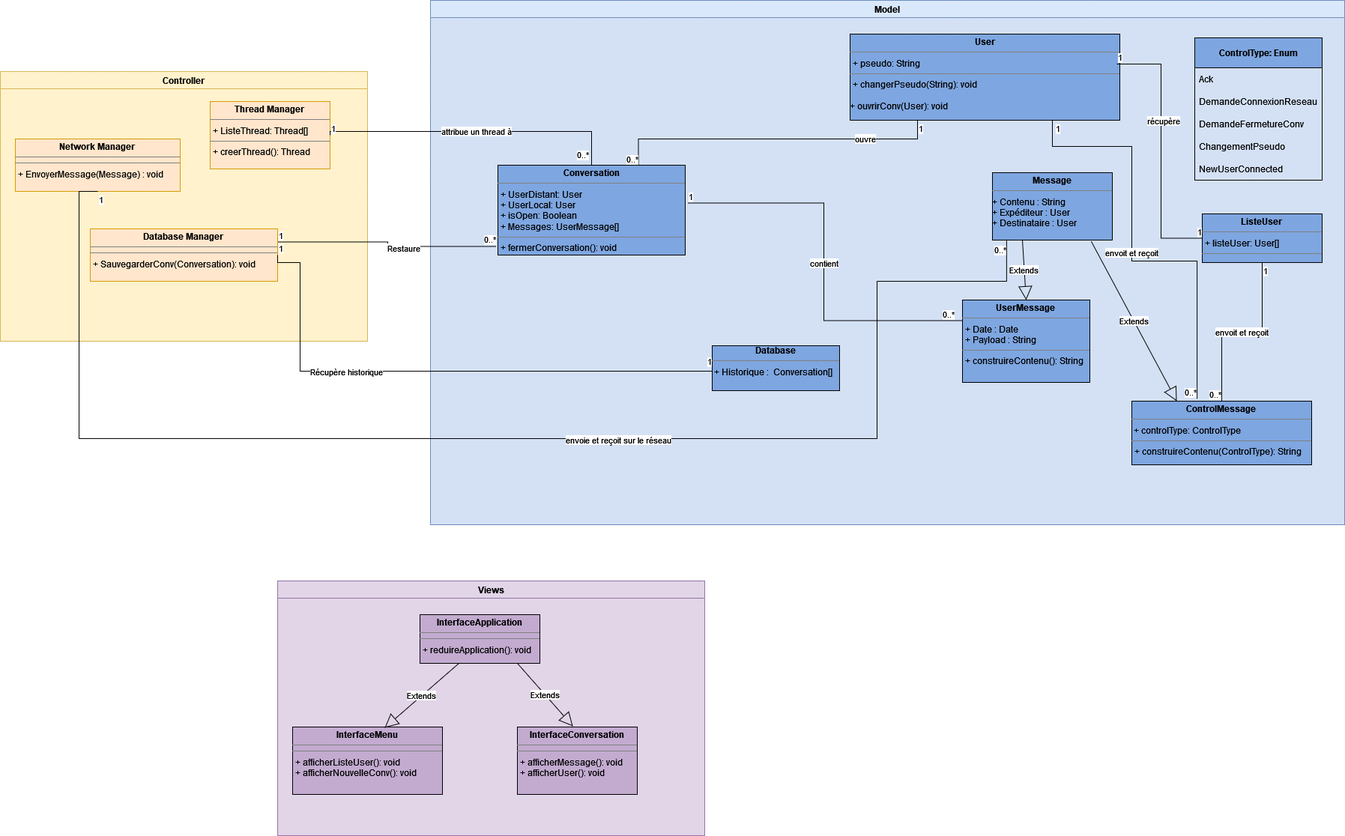
Before: Projet/UML/Images/diagramme_de_classe.drawio.png, a diagram exported from draw.io (Newglear/UF_projet_java). Source tidied: cells renumbered, new cells last; positions are measured from the earlier drawing's top-left corner, leaving out a move shared by most shapes.
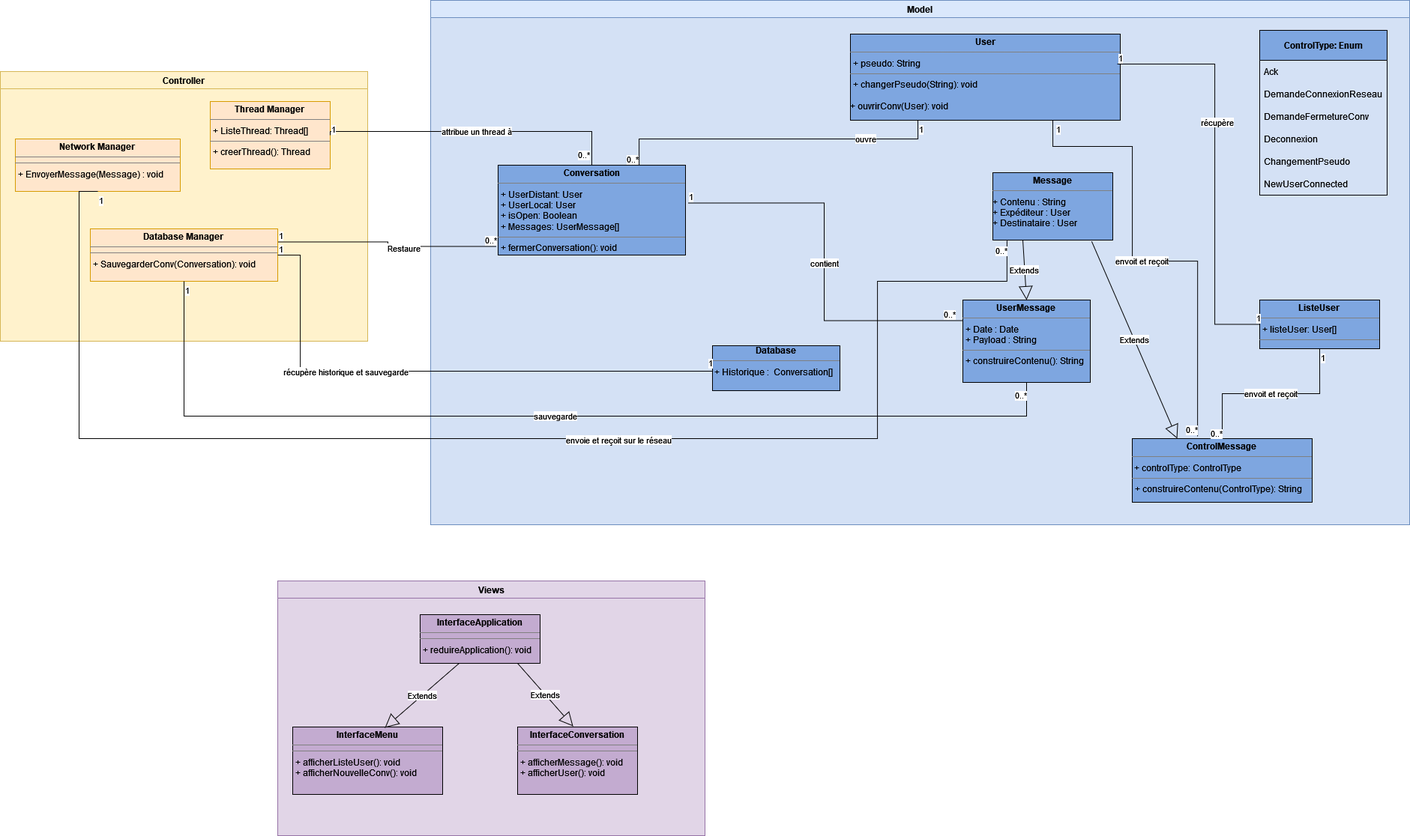
Later version of the same file.

What changed in the source:
```diff
@@ -34,8 +34,8 @@
     <mxCell id="11" value="Extends" style="endArrow=block;endSize=16;endFill=0;html=1;rounded=0;entryX=0.615;entryY=0.011;entryDx=0;entryDy=0;entryPerimeter=0;exitX=0.325;exitY=1;exitDx=0;exitDy=0;exitPerimeter=0;" parent="6" edge="1" source="8" target="7">
       <mxGeometry relative="1" as="geometry" />
     </mxCell>
-    <mxCell id="12" value="&lt;div&gt;Model&lt;/div&gt;" style="swimlane;whiteSpace=wrap;html=1;fillColor=#dae8fc;strokeColor=#6c8ebf;swimlaneFillColor=#D4E1F5;" parent="1" vertex="1">
-      <mxGeometry x="574" width="1220" height="700" as="geometry" />
+    <mxCell id="12" value="Model" style="swimlane;whiteSpace=wrap;html=1;fillColor=#dae8fc;strokeColor=#6c8ebf;swimlaneFillColor=#D4E1F5;" parent="1" vertex="1">
+      <mxGeometry x="574" width="1306" height="700" as="geometry" />
     </mxCell>
     <mxCell id="13" value="&lt;p style=&quot;margin:0px;margin-top:4px;text-align:center;&quot;&gt;&lt;b&gt;Message&lt;/b&gt;&lt;br&gt;&lt;/p&gt;&lt;hr size=&quot;1&quot;&gt;&lt;div&gt;+ Contenu : String &lt;br&gt;&lt;/div&gt;&lt;div&gt;+ Expéditeur : User&lt;/div&gt;&lt;div&gt;+ Destinataire : User&lt;br&gt;&lt;/div&gt;" style="verticalAlign=top;align=left;overflow=fill;fontSize=12;fontFamily=Helvetica;html=1;fillColor=#7EA6E0;" parent="12" vertex="1">
       <mxGeometry x="750" y="230" width="160" height="90" as="geometry" />
@@ -86,10 +86,10 @@
       <mxGeometry relative="1" as="geometry" />
     </mxCell>
     <mxCell id="25" value="&lt;p style=&quot;margin:0px;margin-top:4px;text-align:center;&quot;&gt;&lt;b&gt;ControlMessage&lt;/b&gt;&lt;br&gt;&lt;/p&gt;&lt;hr size=&quot;1&quot;&gt;&amp;nbsp;+ controlType: ControlType&lt;br&gt;&lt;hr size=&quot;1&quot;&gt;&lt;p style=&quot;margin:0px;margin-left:4px;&quot;&gt;+ construireContenu(ControlType): String&lt;br&gt;&lt;/p&gt;" style="verticalAlign=top;align=left;overflow=fill;fontSize=12;fontFamily=Helvetica;html=1;fillColor=#7EA6E0;" parent="12" vertex="1">
-      <mxGeometry x="936" y="535" width="240" height="85" as="geometry" />
+      <mxGeometry x="936" y="585" width="240" height="85" as="geometry" />
     </mxCell>
     <mxCell id="26" value="&lt;b&gt;ControlType: Enum&lt;/b&gt;" style="swimlane;fontStyle=0;horizontal=1;startSize=40;whiteSpace=wrap;html=1;fillColor=#7EA6E0;" parent="12" vertex="1">
-      <mxGeometry x="1020" y="50" width="170" height="190" as="geometry" />
+      <mxGeometry x="1106" y="40" width="170" height="220" as="geometry" />
     </mxCell>
     <mxCell id="27" value="Ack " style="text;strokeColor=none;fillColor=none;align=left;verticalAlign=middle;spacingLeft=4;spacingRight=4;overflow=hidden;whiteSpace=wrap;html=1;" parent="26" vertex="1">
       <mxGeometry y="40" width="170" height="30" as="geometry" />
@@ -100,11 +100,14 @@
     <mxCell id="29" value="DemandeFermetureConv" style="text;strokeColor=none;fillColor=none;align=left;verticalAlign=middle;spacingLeft=4;spacingRight=4;overflow=hidden;whiteSpace=wrap;html=1;" parent="26" vertex="1">
       <mxGeometry y="100" width="170" height="30" as="geometry" />
     </mxCell>
-    <mxCell id="30" value="ChangementPseudo" style="text;strokeColor=none;fillColor=none;align=left;verticalAlign=middle;spacingLeft=4;spacingRight=4;overflow=hidden;whiteSpace=wrap;html=1;" parent="26" vertex="1">
+    <mxCell id="30" value="Deconnexion" style="text;strokeColor=none;fillColor=none;align=left;verticalAlign=middle;spacingLeft=4;spacingRight=4;overflow=hidden;whiteSpace=wrap;html=1;" parent="26" vertex="1">
       <mxGeometry y="130" width="170" height="30" as="geometry" />
     </mxCell>
+    <mxCell id="60" value="ChangementPseudo" style="text;strokeColor=none;fillColor=none;align=left;verticalAlign=middle;spacingLeft=4;spacingRight=4;overflow=hidden;whiteSpace=wrap;html=1;" parent="26" vertex="1">
+      <mxGeometry y="160" width="170" height="30" as="geometry" />
+    </mxCell>
     <mxCell id="31" value="NewUserConnected" style="text;strokeColor=none;fillColor=none;align=left;verticalAlign=middle;spacingLeft=4;spacingRight=4;overflow=hidden;whiteSpace=wrap;html=1;" parent="26" vertex="1">
-      <mxGeometry y="160" width="170" height="30" as="geometry" />
+      <mxGeometry y="190" width="170" height="30" as="geometry" />
     </mxCell>
     <mxCell id="32" value="Extends" style="endArrow=block;endSize=16;endFill=0;html=1;rounded=0;entryX=0.25;entryY=0;entryDx=0;entryDy=0;exitX=0.824;exitY=1.019;exitDx=0;exitDy=0;exitPerimeter=0;" parent="12" edge="1" source="13" target="25">
       <mxGeometry relative="1" as="geometry" />
@@ -113,7 +116,7 @@
       <mxGeometry x="376" y="461" width="170" height="60" as="geometry" />
     </mxCell>
     <mxCell id="34" value="&lt;p style=&quot;margin:0px;margin-top:4px;text-align:center;&quot;&gt;&lt;b&gt;ListeUser&lt;/b&gt;&lt;br&gt;&lt;/p&gt;&lt;hr size=&quot;1&quot;&gt;&lt;p style=&quot;margin:0px;margin-left:4px;&quot;&gt;+ listeUser: User[]&lt;br&gt;&lt;/p&gt;&lt;hr size=&quot;1&quot;&gt;&lt;p style=&quot;margin:0px;margin-left:4px;&quot;&gt;&lt;br&gt;&lt;/p&gt;" style="verticalAlign=top;align=left;overflow=fill;fontSize=12;fontFamily=Helvetica;html=1;fillColor=#7EA6E0;" parent="12" vertex="1">
-      <mxGeometry x="1030" y="285" width="160" height="65" as="geometry" />
+      <mxGeometry x="1106" y="400" width="160" height="65" as="geometry" />
     </mxCell>
     <mxCell id="35" value="envoit et reçoit" style="endArrow=none;html=1;edgeStyle=orthogonalEdgeStyle;rounded=0;exitX=0.75;exitY=1;exitDx=0;exitDy=0;entryX=0.363;entryY=-0.035;entryDx=0;entryDy=0;entryPerimeter=0;" parent="12" edge="1" source="18" target="25">
       <mxGeometry relative="1" as="geometry">
@@ -133,10 +136,8 @@
     <mxCell id="37" value="&lt;div&gt;0..*&lt;/div&gt;" style="edgeLabel;html=1;align=right;verticalAlign=bottom;" parent="35" vertex="1">
       <mxGeometry x="1" relative="1" as="geometry" />
     </mxCell>
-    <mxCell id="38" value="envoit et reçoit" style="endArrow=none;html=1;edgeStyle=orthogonalEdgeStyle;rounded=0;exitX=0.5;exitY=1;exitDx=0;exitDy=0;" parent="12" edge="1" source="34">
-      <mxGeometry relative="1" as="geometry">
-        <mxPoint x="1056" y="535" as="targetPoint" />
-      </mxGeometry>
+    <mxCell id="38" value="envoit et reçoit" style="endArrow=none;html=1;edgeStyle=orthogonalEdgeStyle;rounded=0;exitX=0.5;exitY=1;exitDx=0;exitDy=0;entryX=0.5;entryY=0;entryDx=0;entryDy=0;" parent="12" edge="1" source="34" target="25">
+      <mxGeometry relative="1" as="geometry" />
     </mxCell>
     <mxCell id="39" value="1" style="edgeLabel;html=1;align=left;verticalAlign=bottom;" parent="38" vertex="1">
       <mxGeometry x="-1" relative="1" as="geometry">
@@ -147,7 +148,12 @@
       <mxGeometry x="1" relative="1" as="geometry" />
     </mxCell>
     <mxCell id="41" style="endArrow=none;html=1;edgeStyle=orthogonalEdgeStyle;rounded=0;entryX=0;entryY=0.5;entryDx=0;entryDy=0;exitX=0.989;exitY=0.348;exitDx=0;exitDy=0;exitPerimeter=0;" parent="12" edge="1" source="18" target="34">
-      <mxGeometry relative="1" as="geometry" />
+      <mxGeometry relative="1" as="geometry">
+        <Array as="points">
+          <mxPoint x="1046" y="85" />
+          <mxPoint x="1046" y="432" />
+        </Array>
+      </mxGeometry>
     </mxCell>
     <mxCell id="42" value="1" style="edgeLabel;html=1;align=left;verticalAlign=bottom;" parent="41" vertex="1">
       <mxGeometry x="-1" relative="1" as="geometry" />
@@ -200,7 +206,7 @@
     <mxCell id="52" style="endArrow=none;html=1;edgeStyle=orthogonalEdgeStyle;rounded=0;entryX=0;entryY=0.5;entryDx=0;entryDy=0;exitX=1;exitY=0.5;exitDx=0;exitDy=0;" parent="1" edge="1" source="4" target="33">
       <mxGeometry relative="1" as="geometry">
         <Array as="points">
-          <mxPoint x="400" y="350" />
+          <mxPoint x="400" y="340" />
           <mxPoint x="400" y="495" />
           <mxPoint x="950" y="495" />
         </Array>
@@ -212,7 +218,7 @@
     <mxCell id="54" value="1" style="edgeLabel;html=1;align=right;verticalAlign=bottom;" parent="52" vertex="1">
       <mxGeometry x="1" relative="1" as="geometry" />
     </mxCell>
-    <mxCell id="55" value="Récupère historique" style="edgeLabel;html=1;align=center;verticalAlign=middle;" parent="52" vertex="1">
+    <mxCell id="55" value="récupère historique et sauvegarde" style="edgeLabel;html=1;align=center;verticalAlign=middle;" parent="52" vertex="1">
       <mxGeometry x="-0.33" relative="1" as="geometry" />
     </mxCell>
     <mxCell id="56" style="endArrow=none;html=1;edgeStyle=orthogonalEdgeStyle;rounded=0;exitX=1;exitY=0.25;exitDx=0;exitDy=0;entryX=-0.008;entryY=0.904;entryDx=0;entryDy=0;entryPerimeter=0;" parent="1" edge="1" source="4" target="14">
@@ -227,5 +233,23 @@
     <mxCell id="59" value="Restaure" style="edgeLabel;html=1;align=center;verticalAlign=middle;" parent="56" vertex="1">
       <mxGeometry x="0.16" y="-2" relative="1" as="geometry" />
     </mxCell>
+    <mxCell id="61" value="sauvegarde" style="endArrow=none;html=1;edgeStyle=orthogonalEdgeStyle;rounded=0;exitX=0.5;exitY=1;exitDx=0;exitDy=0;entryX=0.5;entryY=1;entryDx=0;entryDy=0;" parent="1" edge="1" source="4" target="23">
+      <mxGeometry relative="1" as="geometry">
+        <Array as="points">
+          <mxPoint x="245" y="555" />
+          <mxPoint x="1369" y="555" />
+        </Array>
+      </mxGeometry>
+    </mxCell>
+    <mxCell id="62" value="1" style="edgeLabel;html=1;align=left;verticalAlign=bottom;" parent="61" vertex="1">
+      <mxGeometry x="-1" relative="1" as="geometry">
+        <mxPoint y="20" as="offset" />
+      </mxGeometry>
+    </mxCell>
+    <mxCell id="63" value="0..*" style="edgeLabel;html=1;align=right;verticalAlign=bottom;" parent="61" vertex="1">
+      <mxGeometry x="1" relative="1" as="geometry">
+        <mxPoint y="25" as="offset" />
+      </mxGeometry>
+    </mxCell>
   </root>
 </mxGraphModel>
```
